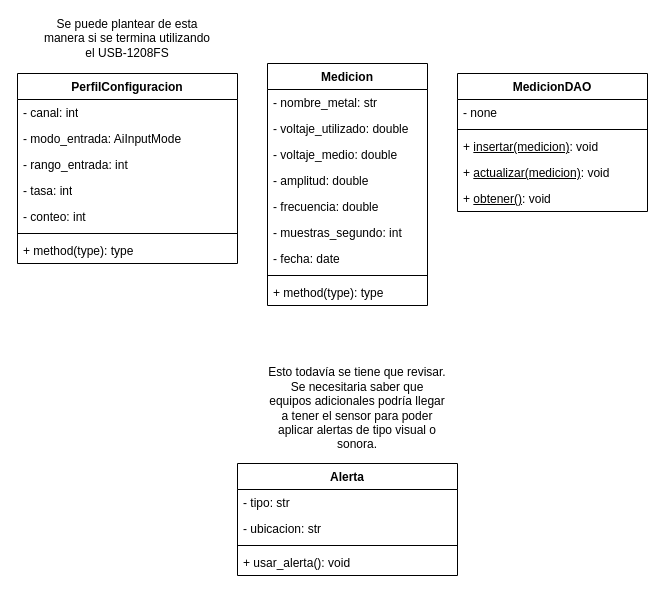
Earlier version of the draw.io diagram page "Raspberry-UML" (2 of 3) of documentos/LSB-MODELADO.drawio (ianaguilar7/LSB-Sensor-Induccion-Electromagnetica). Source tidied: cells renumbered, new cells numbered last; positions are measured from the earlier drawing's top-left corner, leaving out a move shared by most shapes. Both pictures are drawn from the tidied source at 100%, with x=0, y=0 at pixel (17, 23).
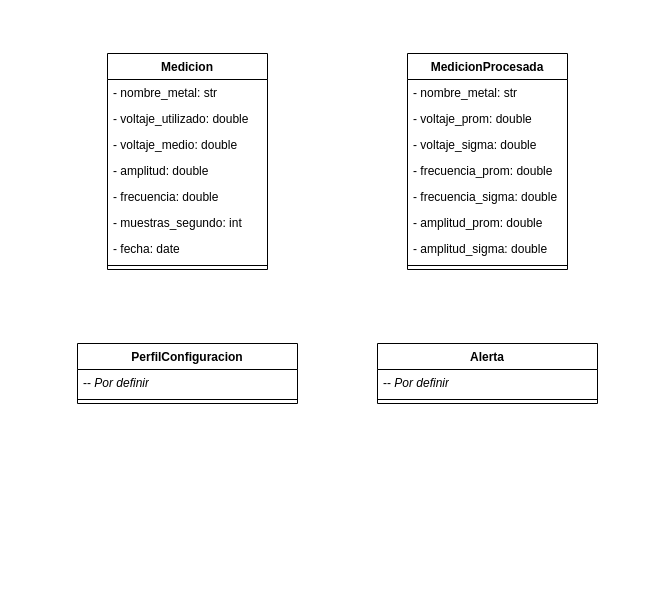
The same diagram, later.

Change to the diagram source:
```diff
@@
     <mxCell id="2" value="Medicion" style="swimlane;fontStyle=1;align=center;verticalAlign=top;horizontal=1;startSize=26;whiteSpace=wrap;html=1;" parent="1" vertex="1">
-      <mxGeometry x="250" y="40" width="160" height="242" as="geometry" />
+      <mxGeometry x="90" y="30" width="160" height="216" as="geometry" />
     </mxCell>
@@
-    <mxCell id="11" value="+ method(type): type" style="text;strokeColor=none;fillColor=none;align=left;verticalAlign=top;spacingLeft=4;spacingRight=4;overflow=hidden;whiteSpace=wrap;html=1;" parent="2" vertex="1">
-      <mxGeometry y="216" width="160" height="26" as="geometry" />
-    </mxCell>
-    <mxCell id="12" value="MedicionDAO" style="swimlane;fontStyle=1;align=center;verticalAlign=top;horizontal=1;startSize=26;whiteSpace=wrap;html=1;" parent="1" vertex="1">
-      <mxGeometry x="440" y="50" width="190" height="138" as="geometry" />
-    </mxCell>
-    <mxCell id="13" value="- none" style="text;strokeColor=none;fillColor=none;align=left;verticalAlign=top;spacingLeft=4;spacingRight=4;overflow=hidden;whiteSpace=wrap;html=1;" parent="12" vertex="1">
-      <mxGeometry y="26" width="190" height="26" as="geometry" />
-    </mxCell>
-    <mxCell id="14" style="line;strokeWidth=1;fillColor=none;align=left;verticalAlign=middle;spacingTop=-1;spacingLeft=3;spacingRight=3;labelPosition=right;strokeColor=inherit;" parent="12" vertex="1">
-      <mxGeometry y="52" width="190" height="8" as="geometry" />
-    </mxCell>
-    <mxCell id="15" value="+ &lt;u&gt;insertar(medicion)&lt;/u&gt;: void" style="text;strokeColor=none;fillColor=none;align=left;verticalAlign=top;spacingLeft=4;spacingRight=4;overflow=hidden;whiteSpace=wrap;html=1;" parent="12" vertex="1">
-      <mxGeometry y="60" width="190" height="26" as="geometry" />
-    </mxCell>
-    <mxCell id="16" value="+ &lt;u&gt;actualizar(medicion)&lt;/u&gt;: void&lt;span style=&quot;white-space: pre;&quot;&gt;&#9;&lt;/span&gt;" style="text;strokeColor=none;fillColor=none;align=left;verticalAlign=top;spacingLeft=4;spacingRight=4;overflow=hidden;whiteSpace=wrap;html=1;" parent="12" vertex="1">
-      <mxGeometry y="86" width="190" height="26" as="geometry" />
-    </mxCell>
-    <mxCell id="17" value="+ &lt;u&gt;obtener()&lt;/u&gt;: void" style="text;strokeColor=none;fillColor=none;align=left;verticalAlign=top;spacingLeft=4;spacingRight=4;overflow=hidden;whiteSpace=wrap;html=1;" parent="12" vertex="1">
-      <mxGeometry y="112" width="190" height="26" as="geometry" />
-    </mxCell>
     <mxCell id="18" value="PerfilConfiguracion" style="swimlane;fontStyle=1;align=center;verticalAlign=top;horizontal=1;startSize=26;whiteSpace=wrap;html=1;" parent="1" vertex="1">
-      <mxGeometry y="50" width="220" height="190" as="geometry" />
+      <mxGeometry x="60" y="320" width="220" height="60" as="geometry" />
     </mxCell>
-    <mxCell id="19" value="- canal: int" style="text;strokeColor=none;fillColor=none;align=left;verticalAlign=top;spacingLeft=4;spacingRight=4;overflow=hidden;whiteSpace=wrap;html=1;" parent="18" vertex="1">
+    <mxCell id="19" value="--&lt;i&gt; Por definir&lt;/i&gt;" style="text;strokeColor=none;fillColor=none;align=left;verticalAlign=top;spacingLeft=4;spacingRight=4;overflow=hidden;whiteSpace=wrap;html=1;" parent="18" vertex="1">
       <mxGeometry y="26" width="220" height="26" as="geometry" />
     </mxCell>
-    <mxCell id="20" value="- modo_entrada: AiInputMode" style="text;strokeColor=none;fillColor=none;align=left;verticalAlign=top;spacingLeft=4;spacingRight=4;overflow=hidden;whiteSpace=wrap;html=1;" parent="18" vertex="1">
-      <mxGeometry y="52" width="220" height="26" as="geometry" />
-    </mxCell>
-    <mxCell id="21" value="- rango_entrada: int" style="text;strokeColor=none;fillColor=none;align=left;verticalAlign=top;spacingLeft=4;spacingRight=4;overflow=hidden;whiteSpace=wrap;html=1;" parent="18" vertex="1">
-      <mxGeometry y="78" width="220" height="26" as="geometry" />
-    </mxCell>
-    <mxCell id="22" value="- tasa: int" style="text;strokeColor=none;fillColor=none;align=left;verticalAlign=top;spacingLeft=4;spacingRight=4;overflow=hidden;whiteSpace=wrap;html=1;" parent="18" vertex="1">
-      <mxGeometry y="104" width="220" height="26" as="geometry" />
-    </mxCell>
-    <mxCell id="23" value="- conteo: int" style="text;strokeColor=none;fillColor=none;align=left;verticalAlign=top;spacingLeft=4;spacingRight=4;overflow=hidden;whiteSpace=wrap;html=1;" parent="18" vertex="1">
-      <mxGeometry y="130" width="220" height="26" as="geometry" />
-    </mxCell>
     <mxCell id="24" style="line;strokeWidth=1;fillColor=none;align=left;verticalAlign=middle;spacingTop=-1;spacingLeft=3;spacingRight=3;labelPosition=right;strokeColor=inherit;" parent="18" vertex="1">
-      <mxGeometry y="156" width="220" height="8" as="geometry" />
+      <mxGeometry y="52" width="220" height="8" as="geometry" />
     </mxCell>
-    <mxCell id="25" value="+ method(type): type" style="text;strokeColor=none;fillColor=none;align=left;verticalAlign=top;spacingLeft=4;spacingRight=4;overflow=hidden;whiteSpace=wrap;html=1;" parent="18" vertex="1">
-      <mxGeometry y="164" width="220" height="26" as="geometry" />
-    </mxCell>
-    <mxCell id="26" value="Se puede plantear de esta manera si se termina utilizando el USB-1208FS" style="text;html=1;align=center;verticalAlign=middle;whiteSpace=wrap;rounded=0;" parent="1" vertex="1">
-      <mxGeometry x="20" width="180" height="30" as="geometry" />
-    </mxCell>
     <mxCell id="27" value="Alerta" style="swimlane;fontStyle=1;align=center;verticalAlign=top;horizontal=1;startSize=26;whiteSpace=wrap;html=1;" parent="1" vertex="1">
-      <mxGeometry x="220" y="440" width="220" height="112" as="geometry" />
+      <mxGeometry x="360" y="320" width="220" height="60" as="geometry" />
     </mxCell>
-    <mxCell id="28" value="- tipo: str" style="text;strokeColor=none;fillColor=none;align=left;verticalAlign=top;spacingLeft=4;spacingRight=4;overflow=hidden;whiteSpace=wrap;html=1;" parent="27" vertex="1">
+    <mxCell id="28" value="--&lt;i&gt; Por definir&lt;/i&gt;" style="text;strokeColor=none;fillColor=none;align=left;verticalAlign=top;spacingLeft=4;spacingRight=4;overflow=hidden;whiteSpace=wrap;html=1;" parent="27" vertex="1">
       <mxGeometry y="26" width="220" height="26" as="geometry" />
     </mxCell>
-    <mxCell id="29" value="- ubicacion: str" style="text;strokeColor=none;fillColor=none;align=left;verticalAlign=top;spacingLeft=4;spacingRight=4;overflow=hidden;whiteSpace=wrap;html=1;" parent="27" vertex="1">
-      <mxGeometry y="52" width="220" height="26" as="geometry" />
-    </mxCell>
     <mxCell id="30" style="line;strokeWidth=1;fillColor=none;align=left;verticalAlign=middle;spacingTop=-1;spacingLeft=3;spacingRight=3;labelPosition=right;strokeColor=inherit;" parent="27" vertex="1">
-      <mxGeometry y="78" width="220" height="8" as="geometry" />
+      <mxGeometry y="52" width="220" height="8" as="geometry" />
     </mxCell>
-    <mxCell id="31" value="+ usar_alerta(): void" style="text;strokeColor=none;fillColor=none;align=left;verticalAlign=top;spacingLeft=4;spacingRight=4;overflow=hidden;whiteSpace=wrap;html=1;" parent="27" vertex="1">
-      <mxGeometry y="86" width="220" height="26" as="geometry" />
-    </mxCell>
-    <mxCell id="32" value="Esto todavía se tiene que revisar. Se necesitaria saber que equipos adicionales podría llegar a tener el sensor para poder aplicar alertas de tipo visual o sonora." style="text;html=1;align=center;verticalAlign=middle;whiteSpace=wrap;rounded=0;" parent="1" vertex="1">
-      <mxGeometry x="250" y="370" width="180" height="30" as="geometry" />
-    </mxCell>
+    <mxCell id="33" value="MedicionProcesada" style="swimlane;fontStyle=1;align=center;verticalAlign=top;horizontal=1;startSize=26;whiteSpace=wrap;html=1;" parent="1" vertex="1">
+      <mxGeometry x="390" y="30" width="160" height="216" as="geometry" />
+    </mxCell>
+    <mxCell id="34" value="- nombre_metal: str" style="text;strokeColor=none;fillColor=none;align=left;verticalAlign=top;spacingLeft=4;spacingRight=4;overflow=hidden;whiteSpace=wrap;html=1;" parent="33" vertex="1">
+      <mxGeometry y="26" width="160" height="26" as="geometry" />
+    </mxCell>
+    <mxCell id="35" value="- voltaje_prom: double" style="text;strokeColor=none;fillColor=none;align=left;verticalAlign=top;spacingLeft=4;spacingRight=4;overflow=hidden;whiteSpace=wrap;html=1;" parent="33" vertex="1">
+      <mxGeometry y="52" width="160" height="26" as="geometry" />
+    </mxCell>
+    <mxCell id="36" value="- voltaje_sigma: double" style="text;strokeColor=none;fillColor=none;align=left;verticalAlign=top;spacingLeft=4;spacingRight=4;overflow=hidden;whiteSpace=wrap;html=1;" parent="33" vertex="1">
+      <mxGeometry y="78" width="160" height="26" as="geometry" />
+    </mxCell>
+    <mxCell id="37" value="- frecuencia_prom: double" style="text;strokeColor=none;fillColor=none;align=left;verticalAlign=top;spacingLeft=4;spacingRight=4;overflow=hidden;whiteSpace=wrap;html=1;" parent="33" vertex="1">
+      <mxGeometry y="104" width="160" height="26" as="geometry" />
+    </mxCell>
+    <mxCell id="38" value="- frecuencia_sigma: double" style="text;strokeColor=none;fillColor=none;align=left;verticalAlign=top;spacingLeft=4;spacingRight=4;overflow=hidden;whiteSpace=wrap;html=1;" parent="33" vertex="1">
+      <mxGeometry y="130" width="160" height="26" as="geometry" />
+    </mxCell>
+    <mxCell id="39" value="- amplitud_prom: double" style="text;strokeColor=none;fillColor=none;align=left;verticalAlign=top;spacingLeft=4;spacingRight=4;overflow=hidden;whiteSpace=wrap;html=1;" parent="33" vertex="1">
+      <mxGeometry y="156" width="160" height="26" as="geometry" />
+    </mxCell>
+    <mxCell id="40" value="- amplitud_sigma: double" style="text;strokeColor=none;fillColor=none;align=left;verticalAlign=top;spacingLeft=4;spacingRight=4;overflow=hidden;whiteSpace=wrap;html=1;" parent="33" vertex="1">
+      <mxGeometry y="182" width="160" height="26" as="geometry" />
+    </mxCell>
+    <mxCell id="41" style="line;strokeWidth=1;fillColor=none;align=left;verticalAlign=middle;spacingTop=-1;spacingLeft=3;spacingRight=3;labelPosition=right;strokeColor=inherit;" parent="33" vertex="1">
+      <mxGeometry y="208" width="160" height="8" as="geometry" />
+    </mxCell>
```
